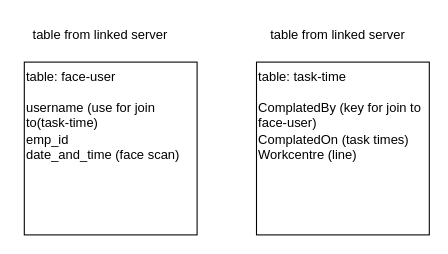
George-giorgi/query keeps this draw.io diagram as Untitled Diagram.drawio. Above is the earlier version. Source tidied: cells renumbered, new cells numbered last; positions are measured from the earlier drawing's top-left corner, leaving out a move shared by most shapes. Both pictures are drawn from the tidied source at 108%, with x=0, y=0 at pixel (18, 18).
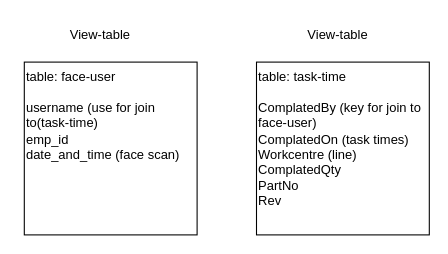
After the change.

Change to the diagram source:
```diff
@@
 <mxGraphModel>
   <root>
     <mxCell id="0" />
     <mxCell id="1" parent="0" />
     <mxCell id="2" value="table: face-user&lt;div&gt;&lt;br&gt;&lt;/div&gt;&lt;div&gt;username (use for join to(task-time)&lt;/div&gt;&lt;div&gt;emp_id&lt;/div&gt;&lt;div&gt;date_and_time (face scan)&lt;/div&gt;" style="whiteSpace=wrap;html=1;align=left;verticalAlign=top;" parent="1" vertex="1">
       <mxGeometry x="5" y="40" width="160" height="160" as="geometry" />
     </mxCell>
-    <mxCell id="3" value="table: task-time&lt;div&gt;&lt;br&gt;&lt;/div&gt;&lt;div&gt;ComplatedBy (key for join to face-user)&lt;/div&gt;&lt;div&gt;ComplatedOn (task times)&lt;/div&gt;&lt;div&gt;Workcentre (line)&lt;/div&gt;" style="whiteSpace=wrap;html=1;align=left;verticalAlign=top;" parent="1" vertex="1">
+    <mxCell id="3" value="table: task-time&lt;div&gt;&lt;br&gt;&lt;/div&gt;&lt;div&gt;ComplatedBy (key for join to face-user)&lt;/div&gt;&lt;div&gt;ComplatedOn (task times)&lt;/div&gt;&lt;div&gt;Workcentre (line)&lt;/div&gt;&lt;div&gt;ComplatedQty&lt;/div&gt;&lt;div&gt;PartNo&lt;/div&gt;&lt;div&gt;Rev&lt;/div&gt;" style="whiteSpace=wrap;html=1;align=left;verticalAlign=top;" parent="1" vertex="1">
       <mxGeometry x="220" y="40" width="160" height="160" as="geometry" />
     </mxCell>
-    <mxCell id="4" value="table from linked server" style="text;html=1;align=center;verticalAlign=middle;strokeColor=none;fillColor=none;" parent="1" vertex="1">
-      <mxGeometry width="150" height="30" as="geometry" />
+    <mxCell id="4" value="View-table" style="text;html=1;align=center;verticalAlign=middle;strokeColor=none;fillColor=none;" parent="1" vertex="1">
+      <mxGeometry x="35" width="80" height="30" as="geometry" />
     </mxCell>
-    <mxCell id="5" value="table from linked server" style="text;html=1;align=center;verticalAlign=middle;strokeColor=none;fillColor=none;" parent="1" vertex="1">
-      <mxGeometry x="220" width="150" height="30" as="geometry" />
+    <mxCell id="5" value="View-table" style="text;html=1;align=center;verticalAlign=middle;strokeColor=none;fillColor=none;" parent="1" vertex="1">
+      <mxGeometry x="255" width="80" height="30" as="geometry" />
     </mxCell>
   </root>
 </mxGraphModel>
```
